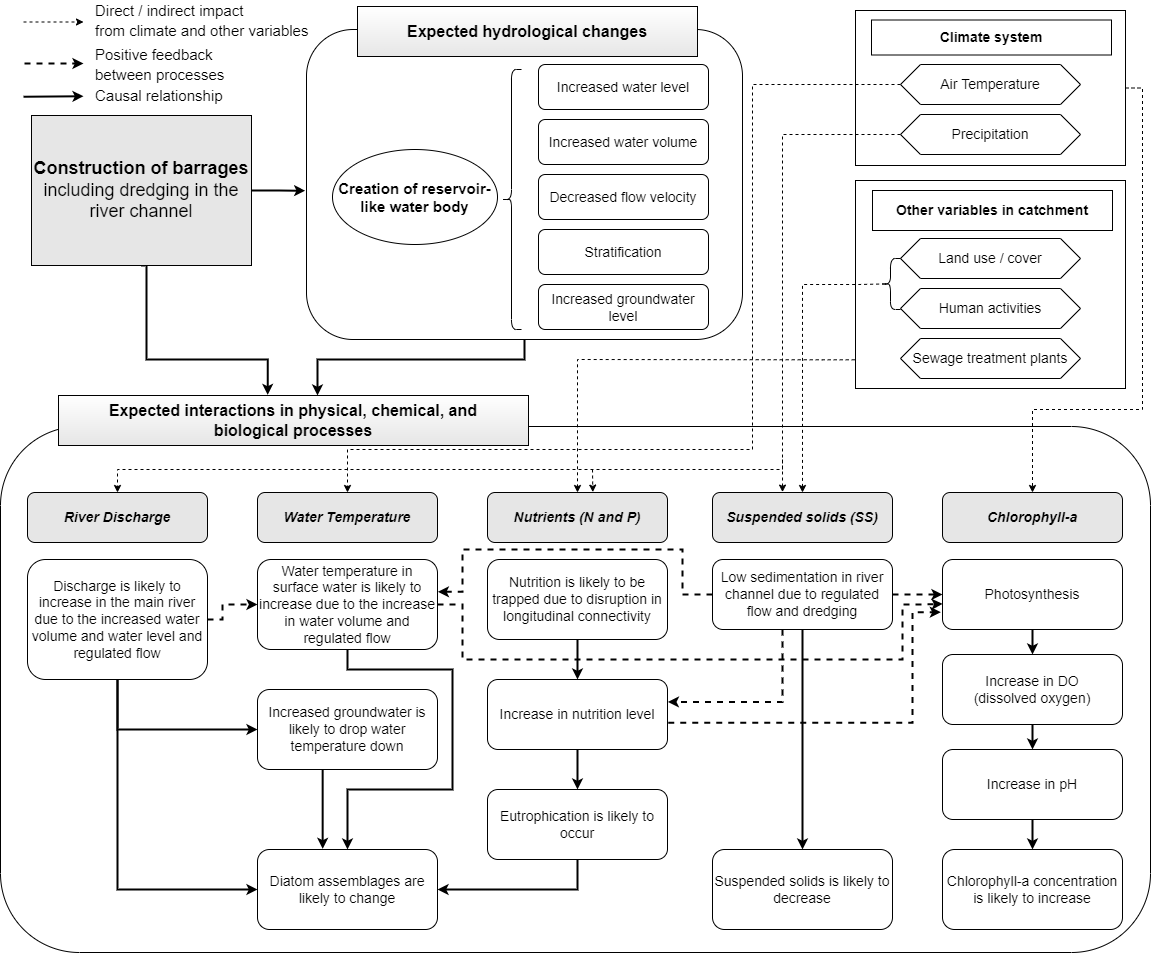
The draw.io diagram Chapter 2 Expected changes.png in muyeoljung/PhD_Studyarea, before a commit. Source tidied: cells renumbered, new cells last; positions are measured from the earlier drawing's top-left corner, leaving out a move shared by most shapes.
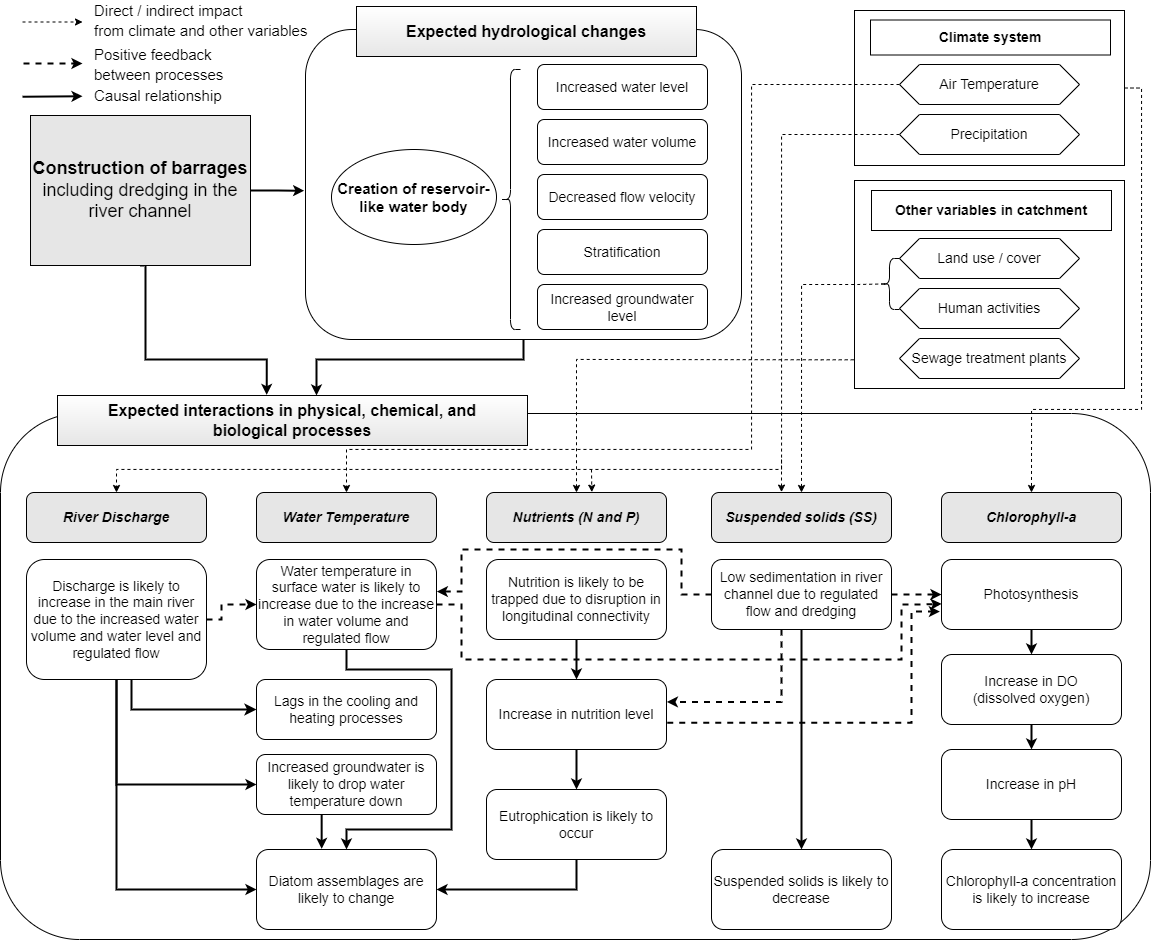
Later version of the same file.

Diff of the diagram source:
```diff
@@ -3,7 +3,7 @@
     <mxCell id="0" />
     <mxCell id="1" parent="0" />
     <mxCell id="2" style="rounded=1;whiteSpace=wrap;html=1;fontSize=14;fillColor=none;" parent="1" vertex="1">
-      <mxGeometry y="426" width="1150" height="526" as="geometry" />
+      <mxGeometry x="1" y="413" width="1150" height="526" as="geometry" />
     </mxCell>
     <mxCell id="3" style="rounded=0;whiteSpace=wrap;html=1;fontSize=14;fillColor=none;" parent="1" vertex="1">
       <mxGeometry x="855" y="180" width="270" height="208" as="geometry" />
@@ -195,8 +195,8 @@
         <Array as="points">
           <mxPoint x="347" y="669" />
           <mxPoint x="452" y="669" />
-          <mxPoint x="452" y="789" />
-          <mxPoint x="347" y="789" />
+          <mxPoint x="452" y="829" />
+          <mxPoint x="347" y="829" />
         </Array>
       </mxGeometry>
     </mxCell>
@@ -315,10 +315,22 @@
       <mxGeometry relative="1" as="geometry" />
     </mxCell>
     <mxCell id="74" value="Increased groundwater is likely to drop water temperature down" style="rounded=1;whiteSpace=wrap;html=1;fontSize=14;" parent="1" vertex="1">
-      <mxGeometry x="257" y="689" width="180" height="80" as="geometry" />
+      <mxGeometry x="257" y="754" width="180" height="60" as="geometry" />
     </mxCell>
     <mxCell id="75" style="edgeStyle=orthogonalEdgeStyle;rounded=0;orthogonalLoop=1;jettySize=auto;html=1;exitX=0.5;exitY=1;exitDx=0;exitDy=0;fontSize=15;startArrow=classic;startFill=1;endArrow=none;endFill=0;startSize=5;endSize=5;strokeWidth=2;" parent="1" edge="1" source="74" target="74">
       <mxGeometry relative="1" as="geometry" />
     </mxCell>
+    <mxCell id="76" style="edgeStyle=orthogonalEdgeStyle;rounded=0;jettySize=auto;html=1;exitX=0;exitY=0.5;exitDx=0;exitDy=0;startArrow=classic;startFill=1;endArrow=none;endFill=0;strokeWidth=2;" parent="1" edge="1" source="77">
+      <mxGeometry relative="1" as="geometry">
+        <mxPoint x="132" y="679" as="targetPoint" />
+        <Array as="points">
+          <mxPoint x="132" y="709" />
+          <mxPoint x="132" y="679" />
+        </Array>
+      </mxGeometry>
+    </mxCell>
+    <mxCell id="77" value="Lags in the cooling and heating processes" style="rounded=1;whiteSpace=wrap;html=1;fontSize=14;" parent="1" vertex="1">
+      <mxGeometry x="257" y="679" width="180" height="60" as="geometry" />
+    </mxCell>
   </root>
 </mxGraphModel>
```
